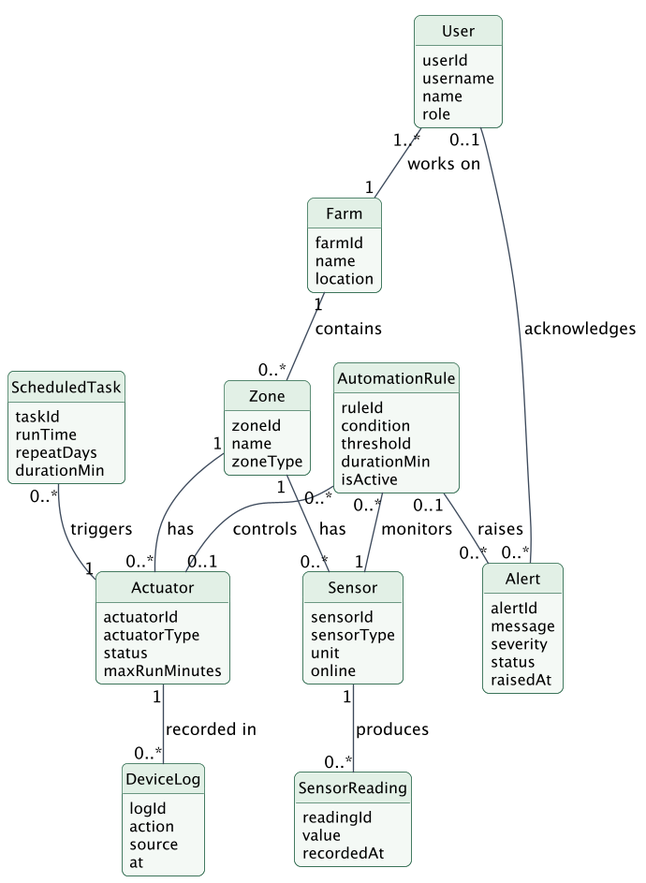
The PlantUML diagram docs/slides/images/domain-model.png in RamekhCHHOENG/smart-farm-monitoring, before a commit. The source it was exported from:
```plantuml
@startuml domain-model
!pragma layout smetana
skinparamlocked dpi 130
!include style.iuml
hide circle
hide methods
skinparam nodesep 50
skinparam ranksep 70

class User {
  userId
  username
  name
  role
}
class Farm {
  farmId
  name
  location
}
class Zone {
  zoneId
  name
  zoneType
}
class Sensor {
  sensorId
  sensorType
  unit
  online
}
class Actuator {
  actuatorId
  actuatorType
  status
  maxRunMinutes
}
class SensorReading {
  readingId
  value
  recordedAt
}
class AutomationRule {
  ruleId
  condition
  threshold
  durationMin
  isActive
}
class ScheduledTask {
  taskId
  runTime
  repeatDays
  durationMin
}
class Alert {
  alertId
  message
  severity
  status
  raisedAt
}
class DeviceLog {
  logId
  action
  source
  at
}

User "1..*" -- "1" Farm : works on >
Farm "1" -- "0..*" Zone : contains >
Zone "1" -- "0..*" Sensor : has >
Zone "1" -- "0..*" Actuator : has >
Sensor "1" -- "0..*" SensorReading : produces >
AutomationRule "0..*" -- "1" Sensor : monitors >
AutomationRule "0..*" -- "0..1" Actuator : controls >
ScheduledTask "0..*" -- "1" Actuator : triggers >
AutomationRule "0..1" -- "0..*" Alert : raises >
Actuator "1" -- "0..*" DeviceLog : recorded in >
User "0..1" -- "0..*" Alert : acknowledges >
@enduml
```
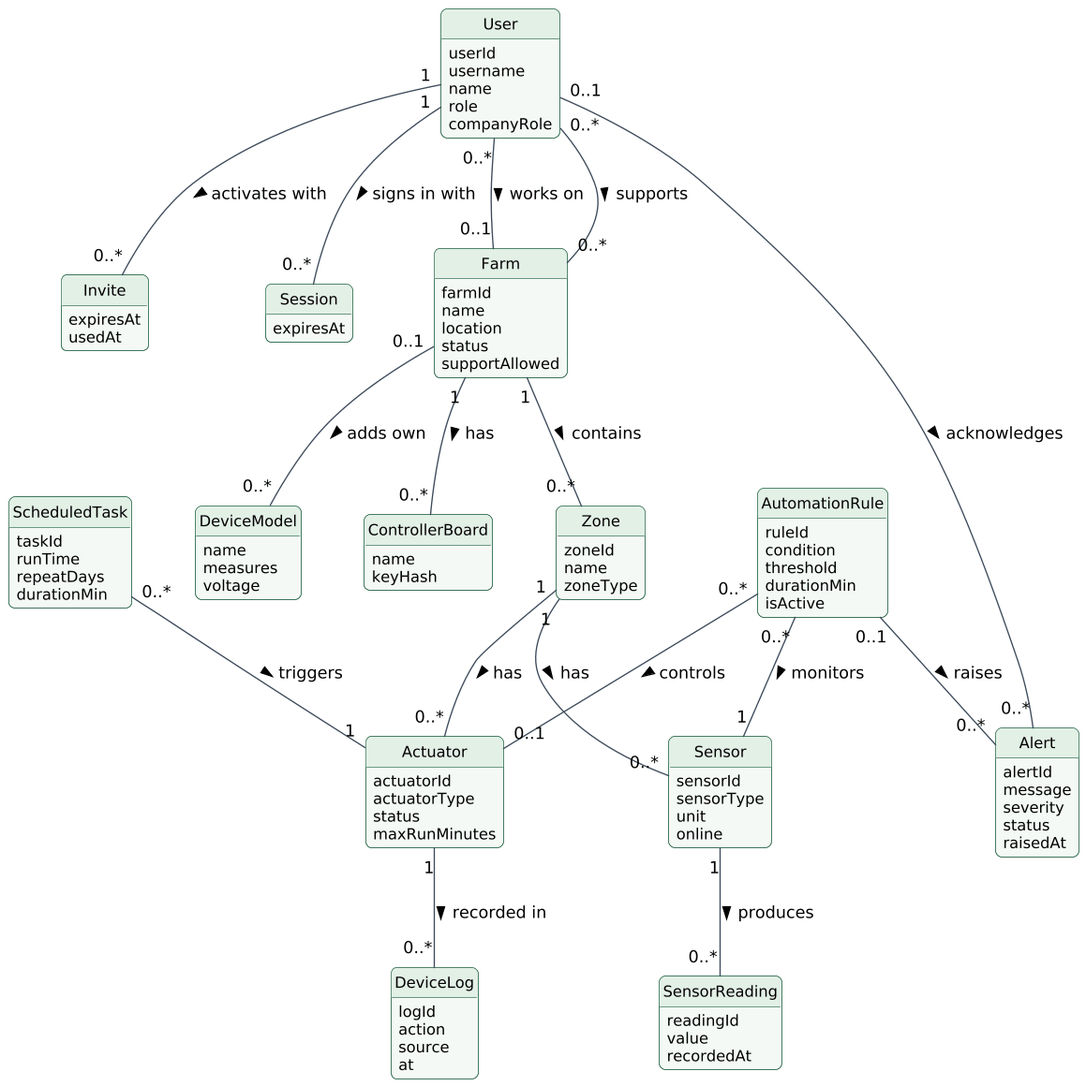
Above is the later version.

Change to the diagram source:
```diff
@@ -1,5 +1,4 @@
 @startuml domain-model
-!pragma layout smetana
 skinparamlocked dpi 130
 !include style.iuml
 hide circle
@@ -12,11 +11,30 @@
   username
   name
   role
+  companyRole
+}
+class Invite {
+  expiresAt
+  usedAt
+}
+class Session {
+  expiresAt
+}
+class DeviceModel {
+  name
+  measures
+  voltage
+}
+class ControllerBoard {
+  name
+  keyHash
 }
 class Farm {
   farmId
   name
   location
+  status
+  supportAllowed
 }
 class Zone {
   zoneId
@@ -67,7 +85,12 @@
   at
 }
 
-User "1..*" -- "1" Farm : works on >
+User "0..*" -- "0..1" Farm : works on >
+User "0..*" -- "0..*" Farm : supports >
+User "1" -- "0..*" Invite : activates with >
+User "1" -- "0..*" Session : signs in with >
+Farm "1" -- "0..*" ControllerBoard : has >
+Farm "0..1" -- "0..*" DeviceModel : adds own >
 Farm "1" -- "0..*" Zone : contains >
 Zone "1" -- "0..*" Sensor : has >
 Zone "1" -- "0..*" Actuator : has >
```
